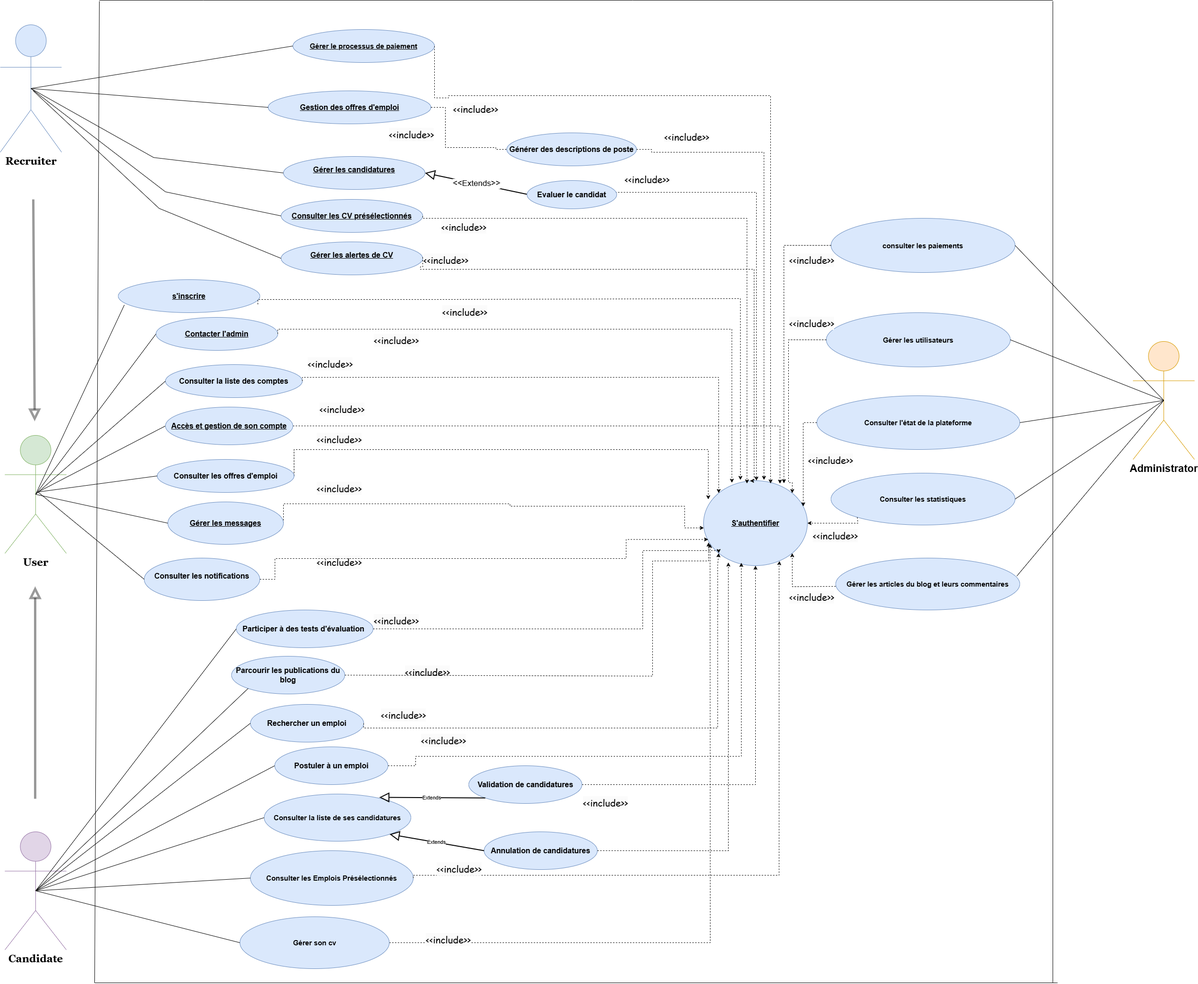
The draw.io diagram Diagramme cas d'utilisation.drawio.png in chirine1/-project, before a commit. Source tidied: cells renumbered, new cells last; positions are measured from the earlier drawing's top-left corner, leaving out a move shared by most shapes.
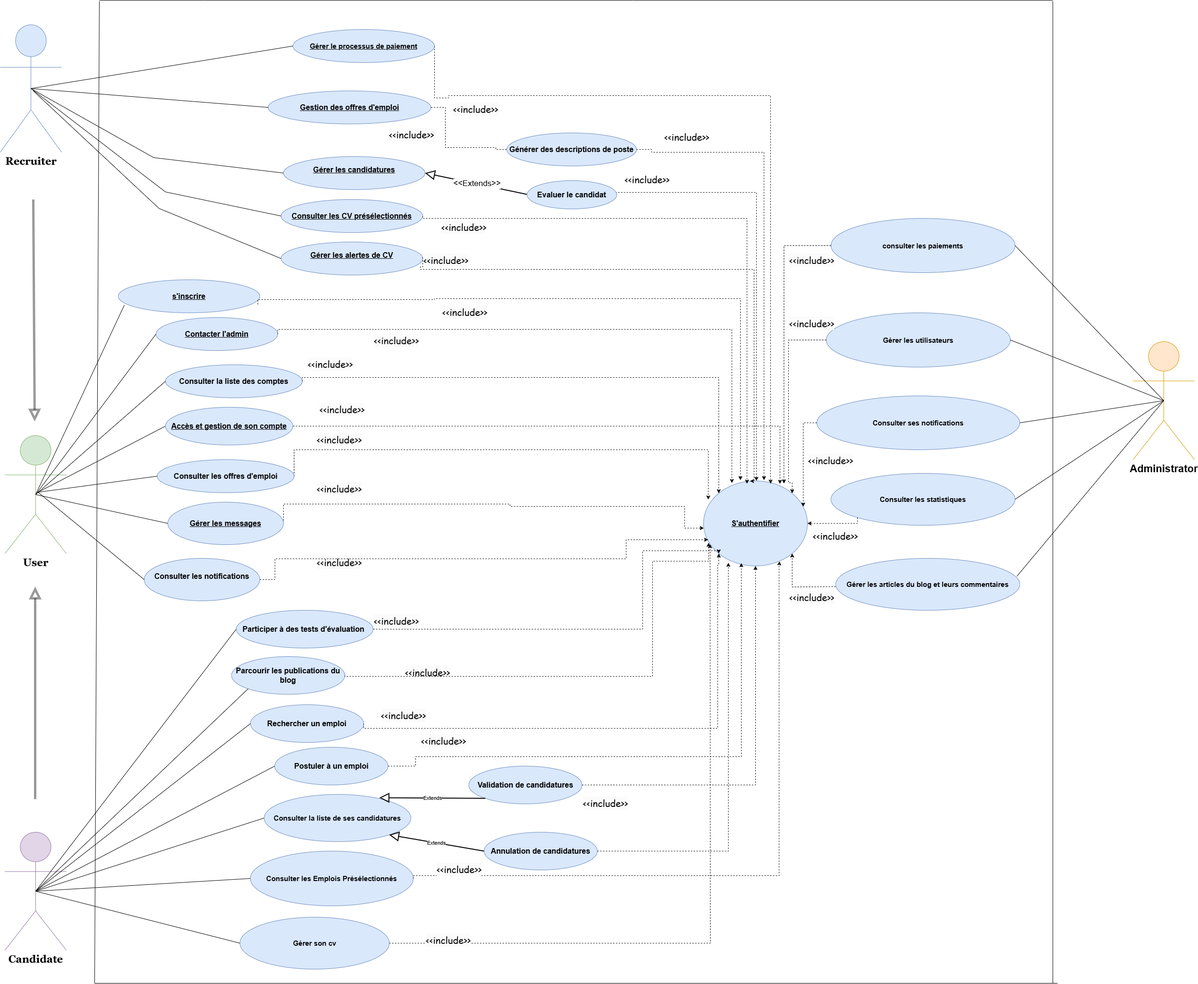
After the commit.

Commit message:
Mettre à jour Diagramme cas d'utilisation.drawio.png

Change to the diagram source:
```diff
@@ -414,7 +414,7 @@
     <mxCell id="92" style="endArrow=none;html=1;rounded=0;entryX=0.5;entryY=0.5;entryDx=0;entryDy=0;exitX=1;exitY=0.5;exitDx=0;exitDy=0;entryPerimeter=0;" parent="1" edge="1" source="12" target="21">
       <mxGeometry relative="1" as="geometry" />
     </mxCell>
-    <mxCell id="93" value="&lt;b&gt;&lt;font style=&quot;font-size: 15px;&quot;&gt;Consulter l'état de la plateforme&lt;/font&gt;&lt;/b&gt;" style="ellipse;whiteSpace=wrap;html=1;align=center;fillColor=#dae8fc;strokeColor=#6c8ebf;" parent="1" vertex="1">
+    <mxCell id="93" value="&lt;span style=&quot;font-size: 15px;&quot;&gt;&lt;b&gt;Consulter ses notifications&lt;/b&gt;&lt;/span&gt;" style="ellipse;whiteSpace=wrap;html=1;align=center;fillColor=#dae8fc;strokeColor=#6c8ebf;" parent="1" vertex="1">
       <mxGeometry x="1730" y="838" width="430" height="114" as="geometry" />
     </mxCell>
     <mxCell id="94" style="endArrow=none;html=1;rounded=0;exitX=1;exitY=0.5;exitDx=0;exitDy=0;entryX=0.5;entryY=0.5;entryDx=0;entryDy=0;entryPerimeter=0;" parent="1" edge="1" source="93" target="21">
```
